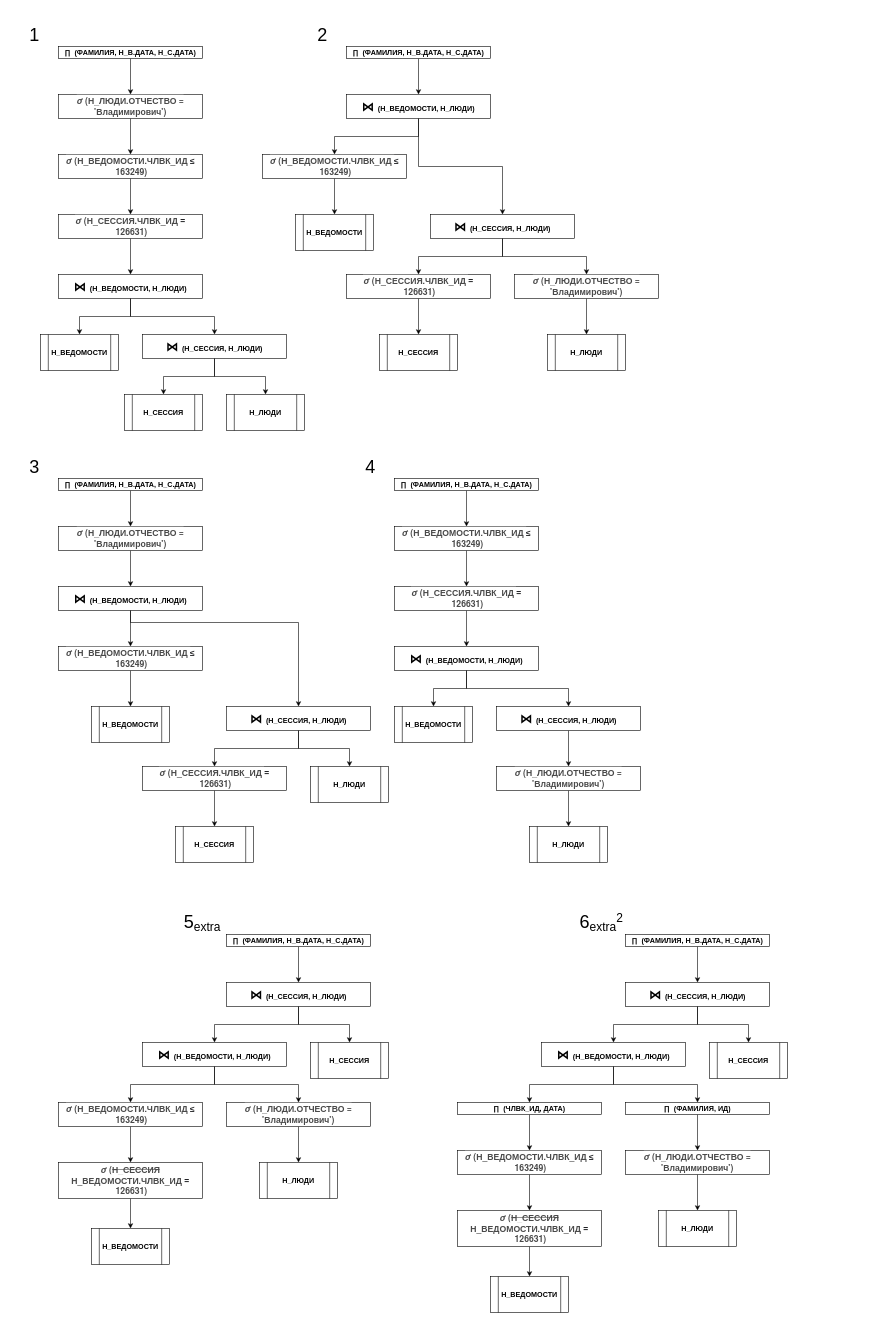
Earlier version of the draw.io diagram lab3/Task2_Plans.drawio (Punctuality/Information_Systems_And_Databases_ITMO_2020). Source tidied: cells renumbered, new cells numbered last; positions are measured from the earlier drawing's top-left corner, leaving out a move shared by most shapes. Both pictures are drawn from the tidied source at 60%, with x=0, y=0 at pixel (10, 10).
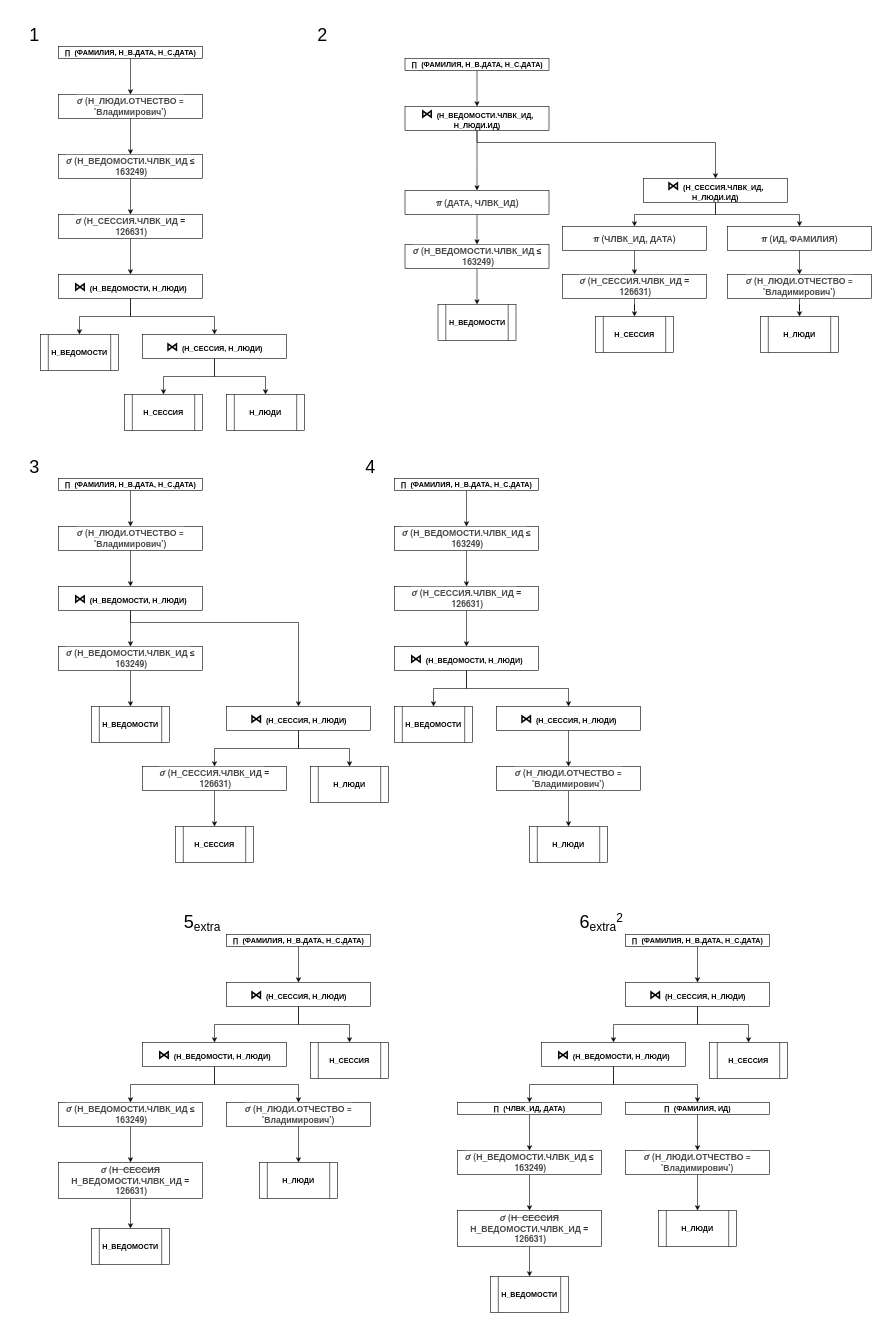
Above is the later version.

Diff of the diagram source:
```diff
@@
     <mxCell id="24" value="&lt;i&gt;∏&amp;nbsp;&lt;/i&gt;&amp;nbsp;(ФАМИЛИЯ, Н_В.ДАТА, Н_С.ДАТА)" style="rounded=0;whiteSpace=wrap;html=1;fontStyle=1;" parent="1" vertex="1">
-      <mxGeometry x="560" y="60" width="240" height="20" as="geometry" />
+      <mxGeometry x="657.5" y="80" width="240" height="20" as="geometry" />
     </mxCell>
-    <mxCell id="25" style="edgeStyle=orthogonalEdgeStyle;rounded=0;jettySize=auto;html=1;" parent="1" edge="1" source="26" target="28">
-      <mxGeometry relative="1" as="geometry" />
+    <mxCell id="25" style="edgeStyle=orthogonalEdgeStyle;rounded=0;jettySize=auto;html=1;entryX=0.5;entryY=0;entryDx=0;entryDy=0;" parent="1" edge="1" source="26" target="115">
+      <mxGeometry relative="1" as="geometry">
+        <Array as="points">
+          <mxPoint x="778" y="250" />
+          <mxPoint x="778" y="250" />
+        </Array>
+      </mxGeometry>
     </mxCell>
-    <mxCell id="26" value="&lt;span style=&quot;font-family: &amp;#34;dejavusans&amp;#34; ; background-color: rgb(255 , 255 , 255)&quot;&gt;&lt;font style=&quot;font-size: 20px&quot;&gt;⋈&lt;/font&gt;&lt;/span&gt;&amp;nbsp; (Н_ВЕДОМОСТИ, Н_ЛЮДИ)" style="whiteSpace=wrap;html=1;rounded=0;fontStyle=1;" parent="1" vertex="1">
-      <mxGeometry x="560" y="140" width="240" height="40" as="geometry" />
+    <mxCell id="26" value="&lt;span style=&quot;font-family: &amp;#34;dejavusans&amp;#34; ; background-color: rgb(255 , 255 , 255)&quot;&gt;&lt;font style=&quot;font-size: 20px&quot;&gt;⋈&lt;/font&gt;&lt;/span&gt;&amp;nbsp; (Н_ВЕДОМОСТИ.ЧЛВК_ИД, Н_ЛЮДИ.ИД)" style="whiteSpace=wrap;html=1;rounded=0;fontStyle=1;" parent="1" vertex="1">
+      <mxGeometry x="657.5" y="160" width="240" height="40" as="geometry" />
     </mxCell>
@@
     <mxCell id="28" value="&lt;span style=&quot;color: rgb(73 , 73 , 73) ; font-family: &amp;#34;ddg_proximanova&amp;#34; , &amp;#34;ddg_proximanova_ui_0&amp;#34; , &amp;#34;ddg_proximanova_ui_1&amp;#34; , &amp;#34;ddg_proximanova_ui_2&amp;#34; , &amp;#34;ddg_proximanova_ui_3&amp;#34; , &amp;#34;ddg_proximanova_ui_4&amp;#34; , &amp;#34;ddg_proximanova_ui_5&amp;#34; , &amp;#34;ddg_proximanova_ui_6&amp;#34; , &amp;#34;proxima nova&amp;#34; , &amp;#34;helvetica neue&amp;#34; , &amp;#34;helvetica&amp;#34; , &amp;#34;segoe ui&amp;#34; , &amp;#34;nimbus sans l&amp;#34; , &amp;#34;liberation sans&amp;#34; , &amp;#34;open sans&amp;#34; , &amp;#34;freesans&amp;#34; , &amp;#34;arial&amp;#34; , sans-serif ; font-size: 14.399999618530273px ; background-color: rgb(255 , 255 , 255)&quot;&gt;&lt;i&gt;σ&lt;/i&gt; (Н_ВЕДОМОСТИ.ЧЛВК_ИД&amp;nbsp;&lt;/span&gt;&lt;b style=&quot;color: rgb(32 , 33 , 36) ; font-family: &amp;#34;arial&amp;#34; , sans-serif ; font-size: 14px ; text-align: left&quot;&gt;≤&lt;/b&gt;&lt;span style=&quot;color: rgb(73 , 73 , 73) ; font-family: &amp;#34;ddg_proximanova&amp;#34; , &amp;#34;ddg_proximanova_ui_0&amp;#34; , &amp;#34;ddg_proximanova_ui_1&amp;#34; , &amp;#34;ddg_proximanova_ui_2&amp;#34; , &amp;#34;ddg_proximanova_ui_3&amp;#34; , &amp;#34;ddg_proximanova_ui_4&amp;#34; , &amp;#34;ddg_proximanova_ui_5&amp;#34; , &amp;#34;ddg_proximanova_ui_6&amp;#34; , &amp;#34;proxima nova&amp;#34; , &amp;#34;helvetica neue&amp;#34; , &amp;#34;helvetica&amp;#34; , &amp;#34;segoe ui&amp;#34; , &amp;#34;nimbus sans l&amp;#34; , &amp;#34;liberation sans&amp;#34; , &amp;#34;open sans&amp;#34; , &amp;#34;freesans&amp;#34; , &amp;#34;arial&amp;#34; , sans-serif ; font-size: 14.399999618530273px ; background-color: rgb(255 , 255 , 255)&quot;&gt;&lt;br&gt;&amp;nbsp;163249)&lt;/span&gt;" style="whiteSpace=wrap;html=1;rounded=0;fontStyle=1;" parent="1" vertex="1">
-      <mxGeometry x="420" y="240" width="240" height="40" as="geometry" />
+      <mxGeometry x="657.5" y="390" width="240" height="40" as="geometry" />
     </mxCell>
     <mxCell id="29" value="Н_ВЕДОМОСТИ" style="shape=process;whiteSpace=wrap;html=1;backgroundOutline=1;rounded=0;fontStyle=1;" parent="1" vertex="1">
-      <mxGeometry x="475" y="340" width="130" height="60" as="geometry" />
+      <mxGeometry x="712.5" y="490" width="130" height="60" as="geometry" />
     </mxCell>
-    <mxCell id="30" style="edgeStyle=orthogonalEdgeStyle;rounded=0;jettySize=auto;html=1;" parent="1" edge="1" source="31" target="34">
+    <mxCell id="30" style="edgeStyle=orthogonalEdgeStyle;rounded=0;jettySize=auto;html=1;entryX=0.5;entryY=0;entryDx=0;entryDy=0;" parent="1" edge="1" source="31" target="119">
       <mxGeometry relative="1" as="geometry" />
     </mxCell>
-    <mxCell id="31" value="&lt;span style=&quot;font-family: &amp;#34;dejavusans&amp;#34; ; background-color: rgb(255 , 255 , 255)&quot;&gt;&lt;font style=&quot;font-size: 20px&quot;&gt;⋈&lt;/font&gt;&lt;/span&gt;&amp;nbsp; (Н_СЕССИЯ, Н_ЛЮДИ)" style="whiteSpace=wrap;html=1;rounded=0;fontStyle=1;" parent="1" vertex="1">
-      <mxGeometry x="700" y="340" width="240" height="40" as="geometry" />
+    <mxCell id="31" value="&lt;span style=&quot;font-family: &amp;#34;dejavusans&amp;#34; ; background-color: rgb(255 , 255 , 255)&quot;&gt;&lt;font style=&quot;font-size: 20px&quot;&gt;⋈&lt;/font&gt;&lt;/span&gt;&amp;nbsp; (Н_СЕССИЯ.ЧЛВК_ИД, Н_ЛЮДИ.ИД)" style="whiteSpace=wrap;html=1;rounded=0;fontStyle=1;" parent="1" vertex="1">
+      <mxGeometry x="1055" y="280" width="240" height="40" as="geometry" />
     </mxCell>
     <mxCell id="32" style="edgeStyle=orthogonalEdgeStyle;rounded=0;jettySize=auto;html=1;entryX=0.5;entryY=0;entryDx=0;entryDy=0;exitX=0.5;exitY=1;exitDx=0;exitDy=0;" parent="1" edge="1" source="26" target="31">
-      <mxGeometry relative="1" as="geometry" />
+      <mxGeometry relative="1" as="geometry">
+        <Array as="points">
+          <mxPoint x="778" y="220" />
+          <mxPoint x="1175" y="220" />
+        </Array>
+      </mxGeometry>
     </mxCell>
@@
     <mxCell id="34" value="&lt;span style=&quot;color: rgb(73 , 73 , 73) ; font-family: &amp;#34;ddg_proximanova&amp;#34; , &amp;#34;ddg_proximanova_ui_0&amp;#34; , &amp;#34;ddg_proximanova_ui_1&amp;#34; , &amp;#34;ddg_proximanova_ui_2&amp;#34; , &amp;#34;ddg_proximanova_ui_3&amp;#34; , &amp;#34;ddg_proximanova_ui_4&amp;#34; , &amp;#34;ddg_proximanova_ui_5&amp;#34; , &amp;#34;ddg_proximanova_ui_6&amp;#34; , &amp;#34;proxima nova&amp;#34; , &amp;#34;helvetica neue&amp;#34; , &amp;#34;helvetica&amp;#34; , &amp;#34;segoe ui&amp;#34; , &amp;#34;nimbus sans l&amp;#34; , &amp;#34;liberation sans&amp;#34; , &amp;#34;open sans&amp;#34; , &amp;#34;freesans&amp;#34; , &amp;#34;arial&amp;#34; , sans-serif ; font-size: 14.399999618530273px ; background-color: rgb(255 , 255 , 255)&quot;&gt;&lt;i&gt;σ&lt;/i&gt; (Н_ЛЮДИ.ОТЧЕСТВО = 'Владимирович')&lt;/span&gt;" style="whiteSpace=wrap;html=1;rounded=0;fontStyle=1;" parent="1" vertex="1">
-      <mxGeometry x="840" y="440" width="240" height="40" as="geometry" />
+      <mxGeometry x="1195" y="440" width="240" height="40" as="geometry" />
     </mxCell>
     <mxCell id="35" value="Н_ЛЮДИ" style="shape=process;whiteSpace=wrap;html=1;backgroundOutline=1;rounded=0;fontStyle=1;" parent="1" vertex="1">
-      <mxGeometry x="895" y="540" width="130" height="60" as="geometry" />
+      <mxGeometry x="1250" y="510" width="130" height="60" as="geometry" />
     </mxCell>
@@
     <mxCell id="37" value="&lt;span style=&quot;color: rgb(73 , 73 , 73) ; font-family: &amp;#34;ddg_proximanova&amp;#34; , &amp;#34;ddg_proximanova_ui_0&amp;#34; , &amp;#34;ddg_proximanova_ui_1&amp;#34; , &amp;#34;ddg_proximanova_ui_2&amp;#34; , &amp;#34;ddg_proximanova_ui_3&amp;#34; , &amp;#34;ddg_proximanova_ui_4&amp;#34; , &amp;#34;ddg_proximanova_ui_5&amp;#34; , &amp;#34;ddg_proximanova_ui_6&amp;#34; , &amp;#34;proxima nova&amp;#34; , &amp;#34;helvetica neue&amp;#34; , &amp;#34;helvetica&amp;#34; , &amp;#34;segoe ui&amp;#34; , &amp;#34;nimbus sans l&amp;#34; , &amp;#34;liberation sans&amp;#34; , &amp;#34;open sans&amp;#34; , &amp;#34;freesans&amp;#34; , &amp;#34;arial&amp;#34; , sans-serif ; font-size: 14.399999618530273px ; background-color: rgb(255 , 255 , 255)&quot;&gt;&lt;i&gt;σ&lt;/i&gt; (Н_СЕССИЯ.ЧЛВК_ИД&amp;nbsp;&lt;/span&gt;&lt;b style=&quot;color: rgb(32 , 33 , 36) ; font-family: &amp;#34;arial&amp;#34; , sans-serif ; font-size: 14px ; text-align: left&quot;&gt;=&lt;/b&gt;&lt;span style=&quot;color: rgb(73 , 73 , 73) ; font-family: &amp;#34;ddg_proximanova&amp;#34; , &amp;#34;ddg_proximanova_ui_0&amp;#34; , &amp;#34;ddg_proximanova_ui_1&amp;#34; , &amp;#34;ddg_proximanova_ui_2&amp;#34; , &amp;#34;ddg_proximanova_ui_3&amp;#34; , &amp;#34;ddg_proximanova_ui_4&amp;#34; , &amp;#34;ddg_proximanova_ui_5&amp;#34; , &amp;#34;ddg_proximanova_ui_6&amp;#34; , &amp;#34;proxima nova&amp;#34; , &amp;#34;helvetica neue&amp;#34; , &amp;#34;helvetica&amp;#34; , &amp;#34;segoe ui&amp;#34; , &amp;#34;nimbus sans l&amp;#34; , &amp;#34;liberation sans&amp;#34; , &amp;#34;open sans&amp;#34; , &amp;#34;freesans&amp;#34; , &amp;#34;arial&amp;#34; , sans-serif ; font-size: 14.399999618530273px ; background-color: rgb(255 , 255 , 255)&quot;&gt;&lt;br&gt;&amp;nbsp;126631)&lt;/span&gt;" style="whiteSpace=wrap;html=1;rounded=0;fontStyle=1;" parent="1" vertex="1">
-      <mxGeometry x="560" y="440" width="240" height="40" as="geometry" />
+      <mxGeometry x="920" y="440" width="240" height="40" as="geometry" />
     </mxCell>
-    <mxCell id="38" style="edgeStyle=orthogonalEdgeStyle;rounded=0;jettySize=auto;html=1;entryX=0.5;entryY=0;entryDx=0;entryDy=0;exitX=0.5;exitY=1;exitDx=0;exitDy=0;" parent="1" edge="1" source="31" target="37">
+    <mxCell id="38" style="edgeStyle=orthogonalEdgeStyle;rounded=0;jettySize=auto;html=1;exitX=0.5;exitY=1;exitDx=0;exitDy=0;entryX=0.5;entryY=0;entryDx=0;entryDy=0;" parent="1" edge="1" source="31" target="117">
       <mxGeometry relative="1" as="geometry" />
     </mxCell>
     <mxCell id="39" value="Н_СЕССИЯ" style="shape=process;whiteSpace=wrap;html=1;backgroundOutline=1;rounded=0;fontStyle=1;" parent="1" vertex="1">
-      <mxGeometry x="615" y="540" width="130" height="60" as="geometry" />
+      <mxGeometry x="975" y="510" width="130" height="60" as="geometry" />
     </mxCell>
@@
+    <mxCell id="114" style="edgeStyle=orthogonalEdgeStyle;rounded=0;jettySize=auto;html=1;" parent="1" edge="1" source="115" target="28">
+      <mxGeometry relative="1" as="geometry" />
+    </mxCell>
+    <mxCell id="115" value="&lt;span style=&quot;color: rgb(73 , 73 , 73) ; font-family: &amp;#34;ddg_proximanova&amp;#34; , &amp;#34;ddg_proximanova_ui_0&amp;#34; , &amp;#34;ddg_proximanova_ui_1&amp;#34; , &amp;#34;ddg_proximanova_ui_2&amp;#34; , &amp;#34;ddg_proximanova_ui_3&amp;#34; , &amp;#34;ddg_proximanova_ui_4&amp;#34; , &amp;#34;ddg_proximanova_ui_5&amp;#34; , &amp;#34;ddg_proximanova_ui_6&amp;#34; , &amp;#34;proxima nova&amp;#34; , &amp;#34;helvetica neue&amp;#34; , &amp;#34;helvetica&amp;#34; , &amp;#34;segoe ui&amp;#34; , &amp;#34;nimbus sans l&amp;#34; , &amp;#34;liberation sans&amp;#34; , &amp;#34;open sans&amp;#34; , &amp;#34;freesans&amp;#34; , &amp;#34;arial&amp;#34; , sans-serif ; font-size: 14.399999618530273px ; background-color: rgb(255 , 255 , 255)&quot;&gt;&lt;i&gt;π&lt;/i&gt; (ДАТА, ЧЛВК_ИД&lt;/span&gt;&lt;span style=&quot;color: rgb(73 , 73 , 73) ; font-family: &amp;#34;ddg_proximanova&amp;#34; , &amp;#34;ddg_proximanova_ui_0&amp;#34; , &amp;#34;ddg_proximanova_ui_1&amp;#34; , &amp;#34;ddg_proximanova_ui_2&amp;#34; , &amp;#34;ddg_proximanova_ui_3&amp;#34; , &amp;#34;ddg_proximanova_ui_4&amp;#34; , &amp;#34;ddg_proximanova_ui_5&amp;#34; , &amp;#34;ddg_proximanova_ui_6&amp;#34; , &amp;#34;proxima nova&amp;#34; , &amp;#34;helvetica neue&amp;#34; , &amp;#34;helvetica&amp;#34; , &amp;#34;segoe ui&amp;#34; , &amp;#34;nimbus sans l&amp;#34; , &amp;#34;liberation sans&amp;#34; , &amp;#34;open sans&amp;#34; , &amp;#34;freesans&amp;#34; , &amp;#34;arial&amp;#34; , sans-serif ; font-size: 14.399999618530273px ; background-color: rgb(255 , 255 , 255)&quot;&gt;)&lt;/span&gt;" style="whiteSpace=wrap;html=1;rounded=0;fontStyle=1;" parent="1" vertex="1">
+      <mxGeometry x="657.5" y="300" width="240" height="40" as="geometry" />
+    </mxCell>
+    <mxCell id="116" style="edgeStyle=orthogonalEdgeStyle;rounded=0;jettySize=auto;html=1;" parent="1" edge="1" source="117" target="37">
+      <mxGeometry relative="1" as="geometry" />
+    </mxCell>
+    <mxCell id="117" value="&lt;span style=&quot;color: rgb(73 , 73 , 73) ; font-family: &amp;#34;ddg_proximanova&amp;#34; , &amp;#34;ddg_proximanova_ui_0&amp;#34; , &amp;#34;ddg_proximanova_ui_1&amp;#34; , &amp;#34;ddg_proximanova_ui_2&amp;#34; , &amp;#34;ddg_proximanova_ui_3&amp;#34; , &amp;#34;ddg_proximanova_ui_4&amp;#34; , &amp;#34;ddg_proximanova_ui_5&amp;#34; , &amp;#34;ddg_proximanova_ui_6&amp;#34; , &amp;#34;proxima nova&amp;#34; , &amp;#34;helvetica neue&amp;#34; , &amp;#34;helvetica&amp;#34; , &amp;#34;segoe ui&amp;#34; , &amp;#34;nimbus sans l&amp;#34; , &amp;#34;liberation sans&amp;#34; , &amp;#34;open sans&amp;#34; , &amp;#34;freesans&amp;#34; , &amp;#34;arial&amp;#34; , sans-serif ; font-size: 14.399999618530273px ; background-color: rgb(255 , 255 , 255)&quot;&gt;&lt;i&gt;π&lt;/i&gt; (ЧЛВК_ИД, ДАТА&lt;/span&gt;&lt;span style=&quot;color: rgb(73 , 73 , 73) ; font-family: &amp;#34;ddg_proximanova&amp;#34; , &amp;#34;ddg_proximanova_ui_0&amp;#34; , &amp;#34;ddg_proximanova_ui_1&amp;#34; , &amp;#34;ddg_proximanova_ui_2&amp;#34; , &amp;#34;ddg_proximanova_ui_3&amp;#34; , &amp;#34;ddg_proximanova_ui_4&amp;#34; , &amp;#34;ddg_proximanova_ui_5&amp;#34; , &amp;#34;ddg_proximanova_ui_6&amp;#34; , &amp;#34;proxima nova&amp;#34; , &amp;#34;helvetica neue&amp;#34; , &amp;#34;helvetica&amp;#34; , &amp;#34;segoe ui&amp;#34; , &amp;#34;nimbus sans l&amp;#34; , &amp;#34;liberation sans&amp;#34; , &amp;#34;open sans&amp;#34; , &amp;#34;freesans&amp;#34; , &amp;#34;arial&amp;#34; , sans-serif ; font-size: 14.399999618530273px ; background-color: rgb(255 , 255 , 255)&quot;&gt;)&lt;/span&gt;" style="whiteSpace=wrap;html=1;rounded=0;fontStyle=1;" parent="1" vertex="1">
+      <mxGeometry x="920" y="360" width="240" height="40" as="geometry" />
+    </mxCell>
+    <mxCell id="118" style="edgeStyle=orthogonalEdgeStyle;rounded=0;jettySize=auto;html=1;" parent="1" edge="1" source="119" target="34">
+      <mxGeometry relative="1" as="geometry" />
+    </mxCell>
+    <mxCell id="119" value="&lt;span style=&quot;color: rgb(73 , 73 , 73) ; font-family: &amp;#34;ddg_proximanova&amp;#34; , &amp;#34;ddg_proximanova_ui_0&amp;#34; , &amp;#34;ddg_proximanova_ui_1&amp;#34; , &amp;#34;ddg_proximanova_ui_2&amp;#34; , &amp;#34;ddg_proximanova_ui_3&amp;#34; , &amp;#34;ddg_proximanova_ui_4&amp;#34; , &amp;#34;ddg_proximanova_ui_5&amp;#34; , &amp;#34;ddg_proximanova_ui_6&amp;#34; , &amp;#34;proxima nova&amp;#34; , &amp;#34;helvetica neue&amp;#34; , &amp;#34;helvetica&amp;#34; , &amp;#34;segoe ui&amp;#34; , &amp;#34;nimbus sans l&amp;#34; , &amp;#34;liberation sans&amp;#34; , &amp;#34;open sans&amp;#34; , &amp;#34;freesans&amp;#34; , &amp;#34;arial&amp;#34; , sans-serif ; font-size: 14.399999618530273px ; background-color: rgb(255 , 255 , 255)&quot;&gt;&lt;i&gt;π&lt;/i&gt; (ИД, ФАМИЛИЯ&lt;/span&gt;&lt;span style=&quot;color: rgb(73 , 73 , 73) ; font-family: &amp;#34;ddg_proximanova&amp;#34; , &amp;#34;ddg_proximanova_ui_0&amp;#34; , &amp;#34;ddg_proximanova_ui_1&amp;#34; , &amp;#34;ddg_proximanova_ui_2&amp;#34; , &amp;#34;ddg_proximanova_ui_3&amp;#34; , &amp;#34;ddg_proximanova_ui_4&amp;#34; , &amp;#34;ddg_proximanova_ui_5&amp;#34; , &amp;#34;ddg_proximanova_ui_6&amp;#34; , &amp;#34;proxima nova&amp;#34; , &amp;#34;helvetica neue&amp;#34; , &amp;#34;helvetica&amp;#34; , &amp;#34;segoe ui&amp;#34; , &amp;#34;nimbus sans l&amp;#34; , &amp;#34;liberation sans&amp;#34; , &amp;#34;open sans&amp;#34; , &amp;#34;freesans&amp;#34; , &amp;#34;arial&amp;#34; , sans-serif ; font-size: 14.399999618530273px ; background-color: rgb(255 , 255 , 255)&quot;&gt;)&lt;/span&gt;" style="whiteSpace=wrap;html=1;rounded=0;fontStyle=1;" parent="1" vertex="1">
+      <mxGeometry x="1195" y="360" width="240" height="40" as="geometry" />
+    </mxCell>
```
